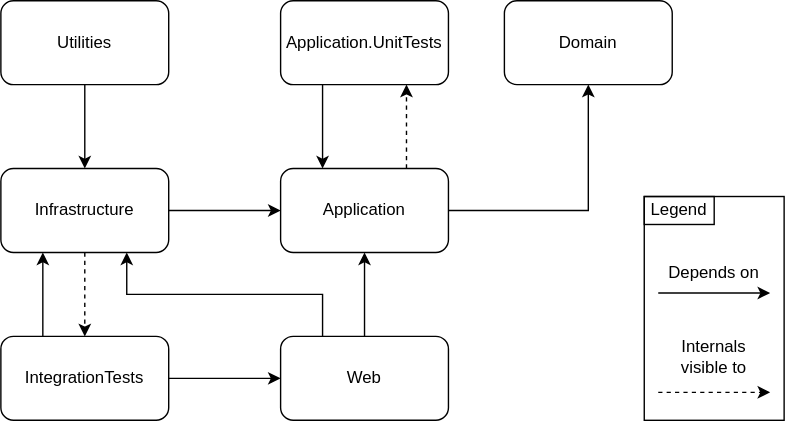
KGergo88/CinemaTicketBookingSystemApi keeps this draw.io diagram as docs/diagrams/ProjectDependencyDiagram.drawio.svg. Above is the earlier version. Source tidied: cells renumbered, new cells last; positions are measured from the earlier drawing's top-left corner, leaving out a move shared by most shapes.
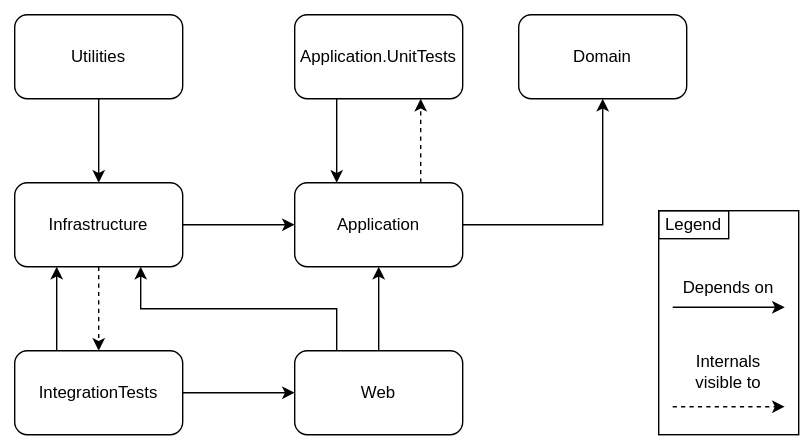
The same file after the commit.

Change to the diagram source:
```diff
@@ -2,6 +2,9 @@
   <root>
     <mxCell id="0" />
     <mxCell id="1" parent="0" />
+    <mxCell id="25" style="rounded=0;whiteSpace=wrap;html=1;strokeColor=none;" parent="1" vertex="1">
+      <mxGeometry x="-10" y="-10" width="580" height="320" as="geometry" />
+    </mxCell>
     <mxCell id="2" style="edgeStyle=orthogonalEdgeStyle;rounded=0;jettySize=auto;html=1;exitX=0.25;exitY=1;exitDx=0;exitDy=0;entryX=0.25;entryY=0;entryDx=0;entryDy=0;" parent="1" edge="1" source="3" target="9">
       <mxGeometry relative="1" as="geometry" />
     </mxCell>
```
